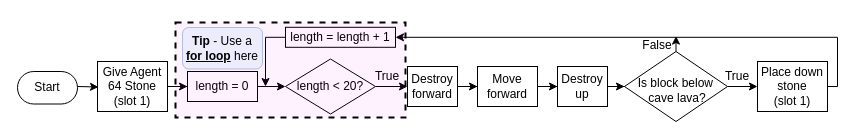
CausewayDigital/Minecraft-EE-MakeCode keeps this draw.io diagram as tutorials/python-islands/island-7/autominer/flowchart-landscape.drawio. Above is the earlier version. Source tidied: cells renumbered, new cells numbered last; positions are measured from the earlier drawing's top-left corner, leaving out a move shared by most shapes. Both pictures are drawn from the tidied source at 100%, with x=0, y=0 at pixel (17, 22).
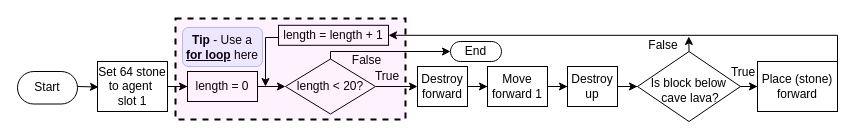
The same diagram, later.

Commit message (it also covers changes not shown here):
Rework autominer flowcharts

Unchanged cells that the change refers to:
```xml
<mxCell id="8" value="length &amp;lt; 20?" style="rhombus;whiteSpace=wrap;html=1;shadow=0;" parent="1" vertex="1">
  <mxGeometry x="268" y="36.5" width="90" height="55" as="geometry" />
</mxCell>
```

What changed in the source:
```diff
@@
-    <mxCell id="4" value="&lt;div&gt;Give Agent 64 Stone&lt;/div&gt;(slot 1)" style="rounded=0;whiteSpace=wrap;html=1;" parent="1" vertex="1">
+    <mxCell id="4" value="Set 64 stone to agent&amp;nbsp;&lt;div&gt;slot 1&lt;/div&gt;" style="rounded=0;whiteSpace=wrap;html=1;" parent="1" vertex="1">
       <mxGeometry x="80" y="39" width="70" height="50" as="geometry" />
     </mxCell>
@@
+    <mxCell id="28" style="edgeStyle=orthogonalEdgeStyle;rounded=0;jettySize=auto;html=1;exitX=0.5;exitY=0;exitDx=0;exitDy=0;fontSize=12;" parent="1" edge="1" source="8" target="31">
+      <mxGeometry relative="1" as="geometry">
+        <Array as="points">
+          <mxPoint x="313" y="29" />
+        </Array>
+      </mxGeometry>
+    </mxCell>
+    <mxCell id="29" value="&lt;font style=&quot;font-size: 12px;&quot;&gt;False&lt;/font&gt;" style="edgeLabel;html=1;align=center;verticalAlign=middle;" parent="28" vertex="1">
+      <mxGeometry x="-0.48" y="1" relative="1" as="geometry">
+        <mxPoint x="10" y="9" as="offset" />
+      </mxGeometry>
+    </mxCell>
@@
     <mxCell id="10" value="Destroy forward" style="rounded=0;whiteSpace=wrap;html=1;shadow=0;" parent="1" vertex="1">
-      <mxGeometry x="390" y="44" width="50" height="40" as="geometry" />
+      <mxGeometry x="400" y="44" width="50" height="40" as="geometry" />
     </mxCell>
@@
-    <mxCell id="12" value="Move forward" style="rounded=0;whiteSpace=wrap;html=1;shadow=0;" parent="1" vertex="1">
-      <mxGeometry x="460" y="44" width="60" height="40" as="geometry" />
+    <mxCell id="12" value="Move forward 1" style="rounded=0;whiteSpace=wrap;html=1;shadow=0;" parent="1" vertex="1">
+      <mxGeometry x="470" y="44" width="60" height="40" as="geometry" />
     </mxCell>
@@
     <mxCell id="14" value="Destroy up" style="rounded=0;whiteSpace=wrap;html=1;shadow=0;" parent="1" vertex="1">
-      <mxGeometry x="540" y="44" width="50" height="40" as="geometry" />
+      <mxGeometry x="550" y="44" width="50" height="40" as="geometry" />
     </mxCell>
@@
-    <mxCell id="16" style="edgeStyle=orthogonalEdgeStyle;rounded=0;jettySize=auto;html=1;exitX=0.5;exitY=0;exitDx=0;exitDy=0;entryX=0.964;entryY=0.029;entryDx=0;entryDy=0;entryPerimeter=0;shadow=0;" parent="1" edge="1" source="17" target="22">
-      <mxGeometry relative="1" as="geometry" />
-    </mxCell>
+    <mxCell id="30" style="edgeStyle=orthogonalEdgeStyle;rounded=0;jettySize=auto;html=1;exitX=0.5;exitY=0;exitDx=0;exitDy=0;" parent="1" edge="1" source="17">
+      <mxGeometry relative="1" as="geometry">
+        <mxPoint x="671.3" y="14" as="targetPoint" />
+      </mxGeometry>
+    </mxCell>
     <mxCell id="17" value="Is block below&amp;nbsp;&lt;br&gt;cave lava?" style="rhombus;whiteSpace=wrap;html=1;verticalAlign=middle;spacingBottom=0;spacingTop=7;spacingLeft=3;shadow=0;" parent="1" vertex="1">
-      <mxGeometry x="607" y="29" width="103" height="70" as="geometry" />
+      <mxGeometry x="620" y="29" width="103" height="70" as="geometry" />
     </mxCell>
-    <mxCell id="18" style="edgeStyle=orthogonalEdgeStyle;rounded=0;jettySize=auto;html=1;entryX=1;entryY=0.5;entryDx=0;entryDy=0;shadow=0;" parent="1" edge="1" source="19" target="24">
+    <mxCell id="18" style="edgeStyle=orthogonalEdgeStyle;rounded=0;jettySize=auto;html=1;exitX=1;exitY=0.5;exitDx=0;exitDy=0;entryX=1;entryY=0.5;entryDx=0;entryDy=0;" parent="1" edge="1" source="19" target="24">
       <mxGeometry relative="1" as="geometry">
         <Array as="points">
-          <mxPoint x="820" y="64" />
-          <mxPoint x="820" y="14" />
-          <mxPoint x="378" y="14" />
+          <mxPoint x="820" y="13" />
         </Array>
       </mxGeometry>
     </mxCell>
-    <mxCell id="19" value="&lt;div&gt;Place down stone&lt;/div&gt;(slot 1)" style="rounded=0;whiteSpace=wrap;html=1;shadow=0;" parent="1" vertex="1">
-      <mxGeometry x="740" y="39" width="70" height="50" as="geometry" />
+    <mxCell id="19" value="&lt;div&gt;Place (stone) forward&lt;/div&gt;" style="rounded=0;whiteSpace=wrap;html=1;shadow=0;" parent="1" vertex="1">
+      <mxGeometry x="740" y="39" width="80" height="50" as="geometry" />
     </mxCell>
@@
     <mxCell id="21" value="True" style="text;html=1;align=center;verticalAlign=middle;whiteSpace=wrap;rounded=0;shadow=0;" parent="1" vertex="1">
-      <mxGeometry x="700" y="44" width="40" height="20" as="geometry" />
+      <mxGeometry x="706" y="40" width="40" height="20" as="geometry" />
     </mxCell>
     <mxCell id="22" value="False" style="text;html=1;align=center;verticalAlign=middle;whiteSpace=wrap;rounded=0;shadow=0;" parent="1" vertex="1">
-      <mxGeometry x="620" y="13" width="40" height="20" as="geometry" />
+      <mxGeometry x="626" y="12.8" width="40" height="20" as="geometry" />
     </mxCell>
@@
     <mxCell id="24" value="length = length + 1" style="rounded=0;whiteSpace=wrap;html=1;shadow=0;" parent="1" vertex="1">
-      <mxGeometry x="268" y="4.8" width="110" height="20" as="geometry" />
+      <mxGeometry x="261" y="2.8" width="110" height="20" as="geometry" />
     </mxCell>
-    <mxCell id="25" style="rounded=0;whiteSpace=wrap;html=1;fillColor=light-dark(#FB0FFF0D,#EDEDED0D);strokeColor=#000000;strokeWidth=2;dashed=1;perimeterSpacing=0;shadow=0;" parent="1" vertex="1">
-      <mxGeometry x="158" width="230" height="95" as="geometry" />
-    </mxCell>
     <mxCell id="26" value="&lt;b&gt;Tip &lt;/b&gt;- Use a &lt;b&gt;&lt;u&gt;for loop&lt;/u&gt;&lt;/b&gt; here" style="text;html=1;whiteSpace=wrap;strokeColor=#6c8ebf;fillColor=#dae8fc;align=center;verticalAlign=middle;rounded=1;glass=0;shadow=0;opacity=50;" parent="1" vertex="1">
-      <mxGeometry x="165" y="5" width="80" height="41.5" as="geometry" />
+      <mxGeometry x="165" y="5" width="80" height="39" as="geometry" />
     </mxCell>
@@
+    <mxCell id="31" value="End" style="html=1;dashed=0;whiteSpace=wrap;shape=mxgraph.dfd.start;" parent="1" vertex="1">
+      <mxGeometry x="433" y="19" width="51" height="20" as="geometry" />
+    </mxCell>
+    <mxCell id="32" parent="0" />
+    <mxCell id="25" style="rounded=0;whiteSpace=wrap;html=1;fillColor=light-dark(#FB0FFF0D,#EDEDED0D);strokeColor=#000000;strokeWidth=2;dashed=1;perimeterSpacing=0;shadow=0;" parent="32" vertex="1">
+      <mxGeometry x="158" y="-4" width="230" height="101" as="geometry" />
+    </mxCell>
```
